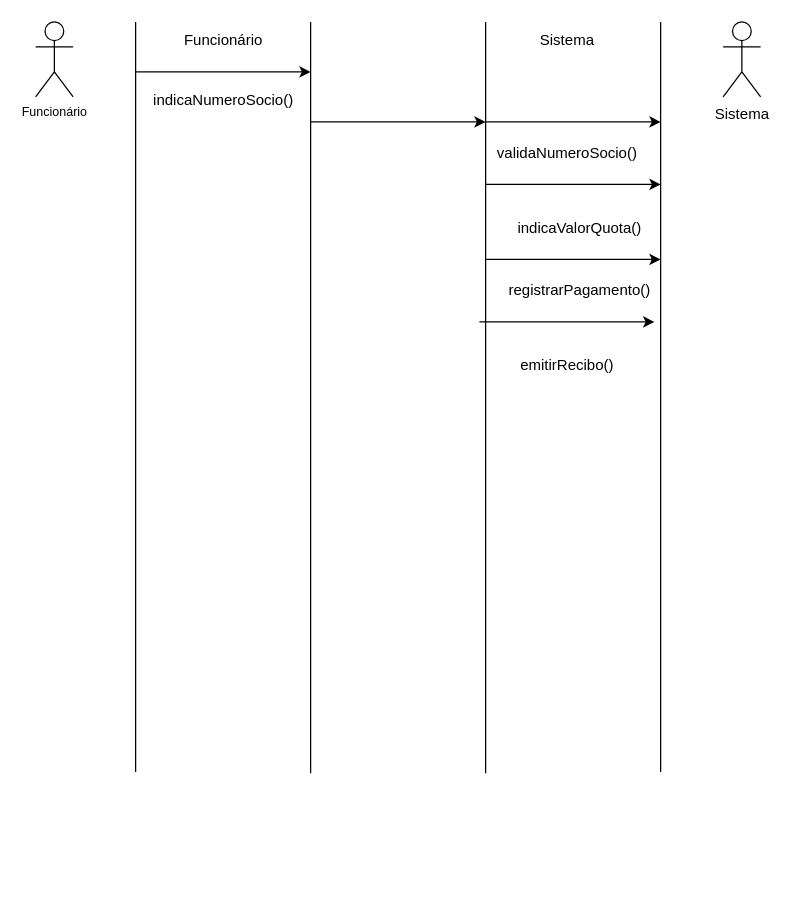
The draw.io diagram ssd2.drawio in luccamarshall/DCO, before the edit. Source tidied: cells renumbered, new cells numbered last; positions are measured from the earlier drawing's top-left corner, leaving out a move shared by most shapes. Both pictures are drawn from the tidied source at 125%, with x=0, y=0 at pixel (35, 21).
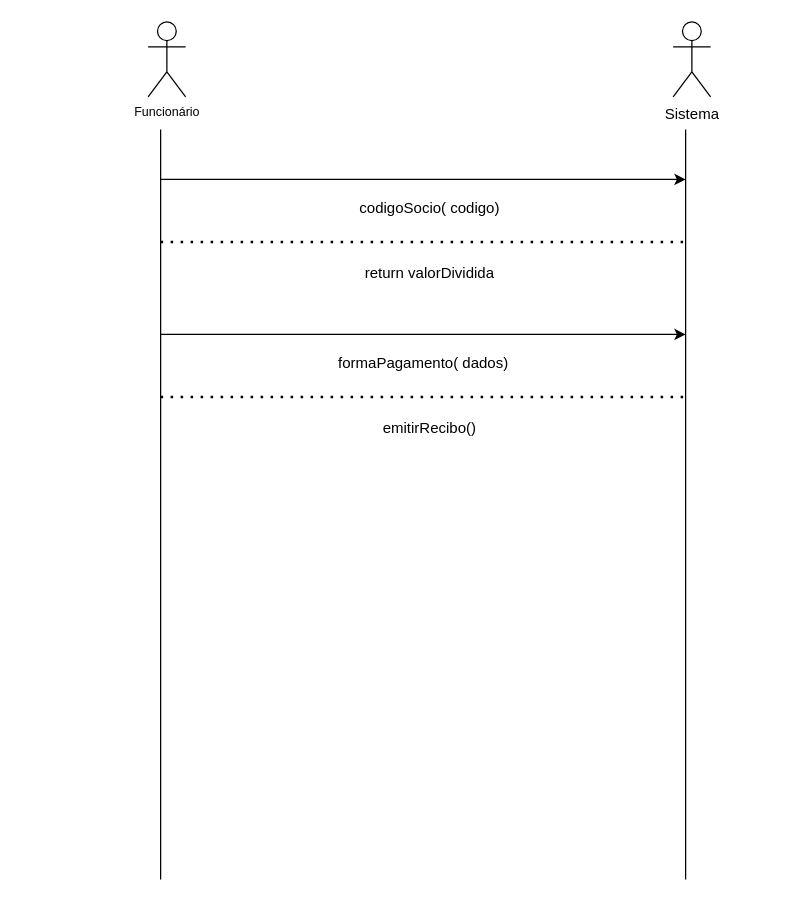
Above is the later version.

What changed in the source:
```diff
@@
     <mxCell id="2" value="&lt;sup&gt;Funcionário&lt;/sup&gt;" style="shape=umlActor;verticalLabelPosition=bottom;verticalAlign=top;html=1;" parent="1" vertex="1">
-      <mxGeometry width="30" height="60" as="geometry" />
+      <mxGeometry x="90" width="30" height="60" as="geometry" />
     </mxCell>
     <mxCell id="3" value="Sistema&lt;br&gt;" style="shape=umlActor;verticalLabelPosition=bottom;verticalAlign=top;html=1;" parent="1" vertex="1">
-      <mxGeometry x="550" width="30" height="60" as="geometry" />
+      <mxGeometry x="510" width="30" height="60" as="geometry" />
     </mxCell>
-    <mxCell id="4" style="endArrow=none;html=1;rounded=0;" parent="1" edge="1">
-      <mxGeometry relative="1" as="geometry">
-        <mxPoint x="80" y="600" as="sourcePoint" />
-        <mxPoint x="80" as="targetPoint" />
-      </mxGeometry>
-    </mxCell>
-    <mxCell id="5" style="endArrow=none;html=1;rounded=0;" parent="1" edge="1">
-      <mxGeometry relative="1" as="geometry">
-        <mxPoint x="360" y="601" as="sourcePoint" />
-        <mxPoint x="360" as="targetPoint" />
-      </mxGeometry>
-    </mxCell>
-    <mxCell id="6" style="endArrow=none;html=1;rounded=0;" parent="1" edge="1">
-      <mxGeometry relative="1" as="geometry">
-        <mxPoint x="220" y="601" as="sourcePoint" />
-        <mxPoint x="220" as="targetPoint" />
-      </mxGeometry>
-    </mxCell>
-    <mxCell id="7" style="endArrow=classic;html=1;rounded=0;" parent="1" edge="1">
-      <mxGeometry relative="1" as="geometry">
-        <mxPoint x="80" y="40" as="sourcePoint" />
-        <mxPoint x="220" y="40" as="targetPoint" />
-      </mxGeometry>
-    </mxCell>
-    <mxCell id="8" value="indicaNumeroSocio()" style="text;html=1;align=center;verticalAlign=middle;strokeColor=none;fillColor=none;" parent="1" vertex="1">
-      <mxGeometry x="80" y="48" width="140" height="30" as="geometry" />
-    </mxCell>
-    <mxCell id="9" value="Funcionário" style="text;html=1;align=center;verticalAlign=middle;strokeColor=none;fillColor=none;" parent="1" vertex="1">
-      <mxGeometry x="105" width="90" height="30" as="geometry" />
-    </mxCell>
-    <mxCell id="10" value="Sistema" style="text;html=1;align=center;verticalAlign=middle;strokeColor=none;fillColor=none;" parent="1" vertex="1">
-      <mxGeometry x="390" width="70" height="30" as="geometry" />
-    </mxCell>
-    <mxCell id="11" style="endArrow=classic;html=1;rounded=0;" parent="1" edge="1">
-      <mxGeometry relative="1" as="geometry">
-        <mxPoint x="220" y="80" as="sourcePoint" />
-        <mxPoint x="360" y="80" as="targetPoint" />
-      </mxGeometry>
-    </mxCell>
-    <mxCell id="12" style="endArrow=none;html=1;rounded=0;" parent="1" edge="1">
-      <mxGeometry relative="1" as="geometry">
-        <mxPoint x="500" y="600" as="sourcePoint" />
-        <mxPoint x="500" as="targetPoint" />
-      </mxGeometry>
-    </mxCell>
-    <mxCell id="13" style="endArrow=classic;html=1;rounded=0;" parent="1" edge="1">
-      <mxGeometry relative="1" as="geometry">
-        <mxPoint x="360" y="80" as="sourcePoint" />
-        <mxPoint x="500" y="80" as="targetPoint" />
-      </mxGeometry>
-    </mxCell>
-    <mxCell id="14" value="validaNumeroSocio()" style="text;html=1;align=center;verticalAlign=middle;strokeColor=none;fillColor=none;" parent="1" vertex="1">
-      <mxGeometry x="355" y="90" width="140" height="30" as="geometry" />
-    </mxCell>
-    <mxCell id="15" style="endArrow=classic;html=1;rounded=0;" parent="1" edge="1">
-      <mxGeometry relative="1" as="geometry">
-        <mxPoint x="360" y="130" as="sourcePoint" />
-        <mxPoint x="500" y="130" as="targetPoint" />
-      </mxGeometry>
-    </mxCell>
-    <mxCell id="16" value="indicaValorQuota()" style="text;html=1;align=center;verticalAlign=middle;strokeColor=none;fillColor=none;" parent="1" vertex="1">
-      <mxGeometry x="375" y="150" width="120" height="30" as="geometry" />
-    </mxCell>
-    <mxCell id="17" style="endArrow=classic;html=1;rounded=0;" parent="1" edge="1">
-      <mxGeometry relative="1" as="geometry">
-        <mxPoint x="360" y="190" as="sourcePoint" />
-        <mxPoint x="500" y="190" as="targetPoint" />
-      </mxGeometry>
-    </mxCell>
-    <mxCell id="18" value="registrarPagamento()" style="text;html=1;align=center;verticalAlign=middle;strokeColor=none;fillColor=none;" parent="1" vertex="1">
-      <mxGeometry x="365" y="200" width="140" height="30" as="geometry" />
-    </mxCell>
-    <mxCell id="19" style="endArrow=classic;html=1;rounded=0;" parent="1" edge="1">
-      <mxGeometry relative="1" as="geometry">
-        <mxPoint x="355" y="240" as="sourcePoint" />
-        <mxPoint x="495" y="240" as="targetPoint" />
-      </mxGeometry>
-    </mxCell>
+    <mxCell id="21" style="endArrow=none;html=1;rounded=0;" parent="1" edge="1">
+      <mxGeometry relative="1" as="geometry">
+        <mxPoint x="100" y="686" as="sourcePoint" />
+        <mxPoint x="100" y="86" as="targetPoint" />
+      </mxGeometry>
+    </mxCell>
+    <mxCell id="22" style="endArrow=classic;html=1;rounded=0;" parent="1" edge="1">
+      <mxGeometry relative="1" as="geometry">
+        <mxPoint x="100" y="126" as="sourcePoint" />
+        <mxPoint x="520" y="126" as="targetPoint" />
+      </mxGeometry>
+    </mxCell>
+    <mxCell id="23" value="codigoSocio( codigo)" style="text;html=1;align=center;verticalAlign=middle;strokeColor=none;fillColor=none;" parent="1" vertex="1">
+      <mxGeometry x="245" y="134" width="140" height="30" as="geometry" />
+    </mxCell>
+    <mxCell id="24" style="endArrow=none;html=1;rounded=0;" parent="1" edge="1">
+      <mxGeometry relative="1" as="geometry">
+        <mxPoint x="520" y="686" as="sourcePoint" />
+        <mxPoint x="520" y="86" as="targetPoint" />
+      </mxGeometry>
+    </mxCell>
+    <mxCell id="25" style="endArrow=none;dashed=1;html=1;dashPattern=1 3;strokeWidth=2;rounded=0;" parent="1" edge="1">
+      <mxGeometry relative="1" as="geometry">
+        <mxPoint x="100" y="176" as="sourcePoint" />
+        <mxPoint x="520" y="176" as="targetPoint" />
+      </mxGeometry>
+    </mxCell>
+    <mxCell id="26" value="return valorDividida" style="text;html=1;align=center;verticalAlign=middle;strokeColor=none;fillColor=none;" parent="1" vertex="1">
+      <mxGeometry x="250" y="186" width="130" height="30" as="geometry" />
+    </mxCell>
+    <mxCell id="27" style="endArrow=classic;html=1;rounded=0;" parent="1" edge="1">
+      <mxGeometry relative="1" as="geometry">
+        <mxPoint x="100" y="250" as="sourcePoint" />
+        <mxPoint x="520" y="250" as="targetPoint" />
+      </mxGeometry>
+    </mxCell>
+    <mxCell id="28" value="formaPagamento( dados)" style="text;html=1;align=center;verticalAlign=middle;strokeColor=none;fillColor=none;" parent="1" vertex="1">
+      <mxGeometry x="230" y="258" width="160" height="30" as="geometry" />
+    </mxCell>
+    <mxCell id="29" style="endArrow=none;dashed=1;html=1;dashPattern=1 3;strokeWidth=2;rounded=0;" parent="1" edge="1">
+      <mxGeometry relative="1" as="geometry">
+        <mxPoint x="100" y="300" as="sourcePoint" />
+        <mxPoint x="520" y="300" as="targetPoint" />
+      </mxGeometry>
+    </mxCell>
     <mxCell id="20" value="emitirRecibo()" style="text;html=1;align=center;verticalAlign=middle;strokeColor=none;fillColor=none;" parent="1" vertex="1">
-      <mxGeometry x="375" y="260" width="100" height="30" as="geometry" />
+      <mxGeometry x="265" y="310" width="100" height="30" as="geometry" />
     </mxCell>
```
